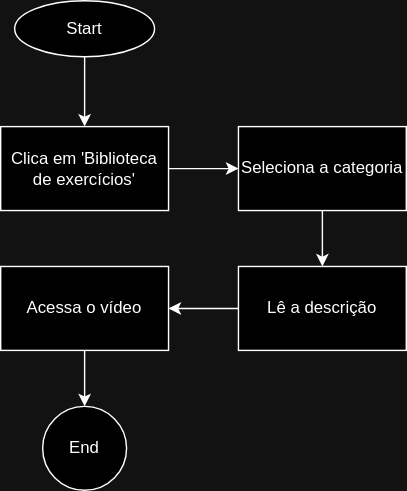
ICEI-PUC-Minas-PMV-SI/pmv-si-2023-2-pe1-t2-senectus keeps this draw.io diagram as docs/img/CT01.svg. Above is the earlier version. Source tidied: cells renumbered, new cells last; positions are measured from the earlier drawing's top-left corner, leaving out a move shared by most shapes.
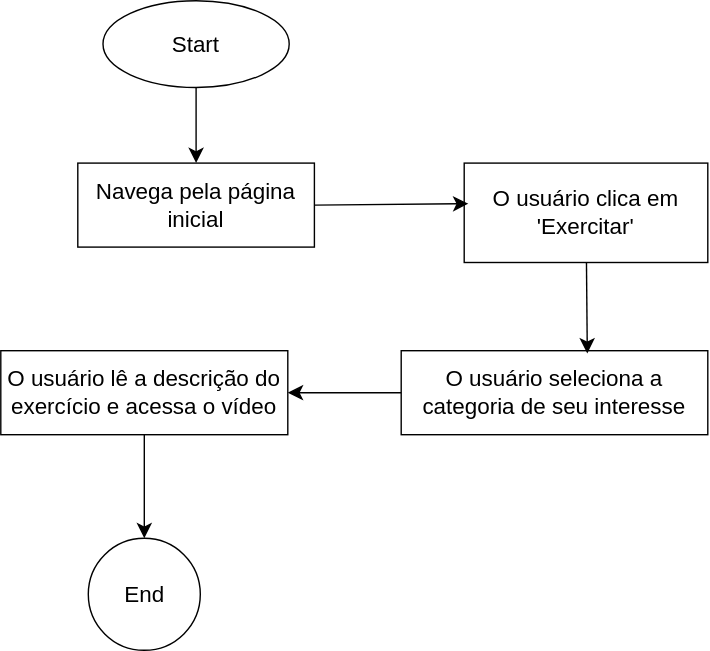
After the commit.

What changed in the source:
```diff
@@ -2,38 +2,38 @@
   <root>
     <mxCell id="0" />
     <mxCell id="1" parent="0" />
-    <mxCell id="2" style="edgeStyle=orthogonalEdgeStyle;rounded=0;jettySize=auto;html=1;exitX=0.5;exitY=1;exitDx=0;exitDy=0;entryX=0.5;entryY=0;entryDx=0;entryDy=0;" parent="1" edge="1" source="3" target="9">
-      <mxGeometry relative="1" as="geometry" />
-    </mxCell>
+    <mxCell id="13" style="edgeStyle=none;curved=1;rounded=0;jettySize=auto;html=1;exitX=0.5;exitY=1;exitDx=0;exitDy=0;fontSize=12;startSize=8;endSize=8;" parent="1" edge="1" source="3" target="14">
+      <mxGeometry relative="1" as="geometry" />
+    </mxCell>
-    <mxCell id="3" value="Start" style="ellipse;whiteSpace=wrap;html=1;" parent="1" vertex="1">
-      <mxGeometry x="10" width="100" height="40" as="geometry" />
+    <mxCell id="3" value="Start" style="ellipse;whiteSpace=wrap;html=1;fontSize=16;" parent="1" vertex="1">
+      <mxGeometry x="-275" y="-139" width="133" height="62" as="geometry" />
     </mxCell>
-    <mxCell id="4" style="edgeStyle=orthogonalEdgeStyle;rounded=0;jettySize=auto;html=1;exitX=0;exitY=0.5;exitDx=0;exitDy=0;entryX=1;entryY=0.5;entryDx=0;entryDy=0;" parent="1" edge="1" source="5" target="11">
-      <mxGeometry relative="1" as="geometry" />
-    </mxCell>
-    <mxCell id="5" value="Lê a descrição" style="rounded=0;whiteSpace=wrap;html=1;" parent="1" vertex="1">
-      <mxGeometry x="170" y="190" width="120" height="60" as="geometry" />
-    </mxCell>
-    <mxCell id="6" style="edgeStyle=orthogonalEdgeStyle;rounded=0;jettySize=auto;html=1;exitX=0.5;exitY=1;exitDx=0;exitDy=0;entryX=0.5;entryY=0;entryDx=0;entryDy=0;" parent="1" edge="1" source="7" target="5">
-      <mxGeometry relative="1" as="geometry" />
-    </mxCell>
-    <mxCell id="7" value="Seleciona acategoria" style="rounded=0;whiteSpace=wrap;html=1;" parent="1" vertex="1">
-      <mxGeometry x="170" y="90" width="120" height="60" as="geometry" />
-    </mxCell>
-    <mxCell id="8" style="edgeStyle=orthogonalEdgeStyle;rounded=0;jettySize=auto;html=1;exitX=1;exitY=0.5;exitDx=0;exitDy=0;entryX=0;entryY=0.5;entryDx=0;entryDy=0;" parent="1" edge="1" source="9" target="7">
-      <mxGeometry relative="1" as="geometry" />
-    </mxCell>
-    <mxCell id="9" value="Clica em 'Biblioteca de exercícios'" style="rounded=0;whiteSpace=wrap;html=1;" parent="1" vertex="1">
-      <mxGeometry y="90" width="120" height="60" as="geometry" />
-    </mxCell>
-    <mxCell id="10" style="edgeStyle=orthogonalEdgeStyle;rounded=0;jettySize=auto;html=1;exitX=0.5;exitY=1;exitDx=0;exitDy=0;entryX=0.5;entryY=0;entryDx=0;entryDy=0;" parent="1" edge="1" source="11" target="12">
-      <mxGeometry relative="1" as="geometry" />
-    </mxCell>
-    <mxCell id="11" value="Acessa o vídeo" style="rounded=0;whiteSpace=wrap;html=1;" parent="1" vertex="1">
-      <mxGeometry y="190" width="120" height="60" as="geometry" />
-    </mxCell>
+    <mxCell id="14" value="Navega pela página inicial" style="rounded=0;whiteSpace=wrap;html=1;fontSize=16;" parent="1" vertex="1">
+      <mxGeometry x="-293" y="-23" width="169" height="60" as="geometry" />
+    </mxCell>
+    <mxCell id="15" value="O usuário clica em 'Exercitar'" style="rounded=0;whiteSpace=wrap;html=1;fontSize=16;" parent="1" vertex="1">
+      <mxGeometry x="-17" y="-23" width="174" height="71" as="geometry" />
+    </mxCell>
+    <mxCell id="16" style="edgeStyle=none;curved=1;rounded=0;jettySize=auto;html=1;entryX=1;entryY=0.5;entryDx=0;entryDy=0;fontSize=12;startSize=8;endSize=8;" parent="1" edge="1" source="17" target="19">
+      <mxGeometry relative="1" as="geometry" />
+    </mxCell>
+    <mxCell id="17" value="O usuário seleciona a categoria de seu interesse" style="rounded=0;whiteSpace=wrap;html=1;fontSize=16;" parent="1" vertex="1">
+      <mxGeometry x="-62" y="111" width="219" height="60" as="geometry" />
+    </mxCell>
+    <mxCell id="18" style="edgeStyle=none;curved=1;rounded=0;jettySize=auto;html=1;fontSize=12;startSize=8;endSize=8;" parent="1" edge="1" source="19" target="12">
+      <mxGeometry relative="1" as="geometry" />
+    </mxCell>
+    <mxCell id="19" value="O usuário lê a descrição do exercício e acessa o vídeo" style="rounded=0;whiteSpace=wrap;html=1;fontSize=16;" parent="1" vertex="1">
+      <mxGeometry x="-348" y="111" width="205" height="60" as="geometry" />
+    </mxCell>
+    <mxCell id="20" style="edgeStyle=none;curved=1;rounded=0;jettySize=auto;html=1;exitX=1;exitY=0.5;exitDx=0;exitDy=0;entryX=0.017;entryY=0.408;entryDx=0;entryDy=0;entryPerimeter=0;fontSize=12;startSize=8;endSize=8;" parent="1" edge="1" source="14" target="15">
+      <mxGeometry relative="1" as="geometry" />
+    </mxCell>
+    <mxCell id="21" style="edgeStyle=none;curved=1;rounded=0;jettySize=auto;html=1;entryX=0.607;entryY=0.033;entryDx=0;entryDy=0;entryPerimeter=0;fontSize=12;startSize=8;endSize=8;" parent="1" edge="1" source="15" target="17">
+      <mxGeometry relative="1" as="geometry" />
+    </mxCell>
-    <mxCell id="12" value="End" style="ellipse;whiteSpace=wrap;html=1;" parent="1" vertex="1">
-      <mxGeometry x="30" y="290" width="60" height="60" as="geometry" />
+    <mxCell id="12" value="End" style="ellipse;whiteSpace=wrap;html=1;fontSize=16;" parent="1" vertex="1">
+      <mxGeometry x="-285.5" y="245" width="80" height="80" as="geometry" />
     </mxCell>
   </root>
 </mxGraphModel>
```
